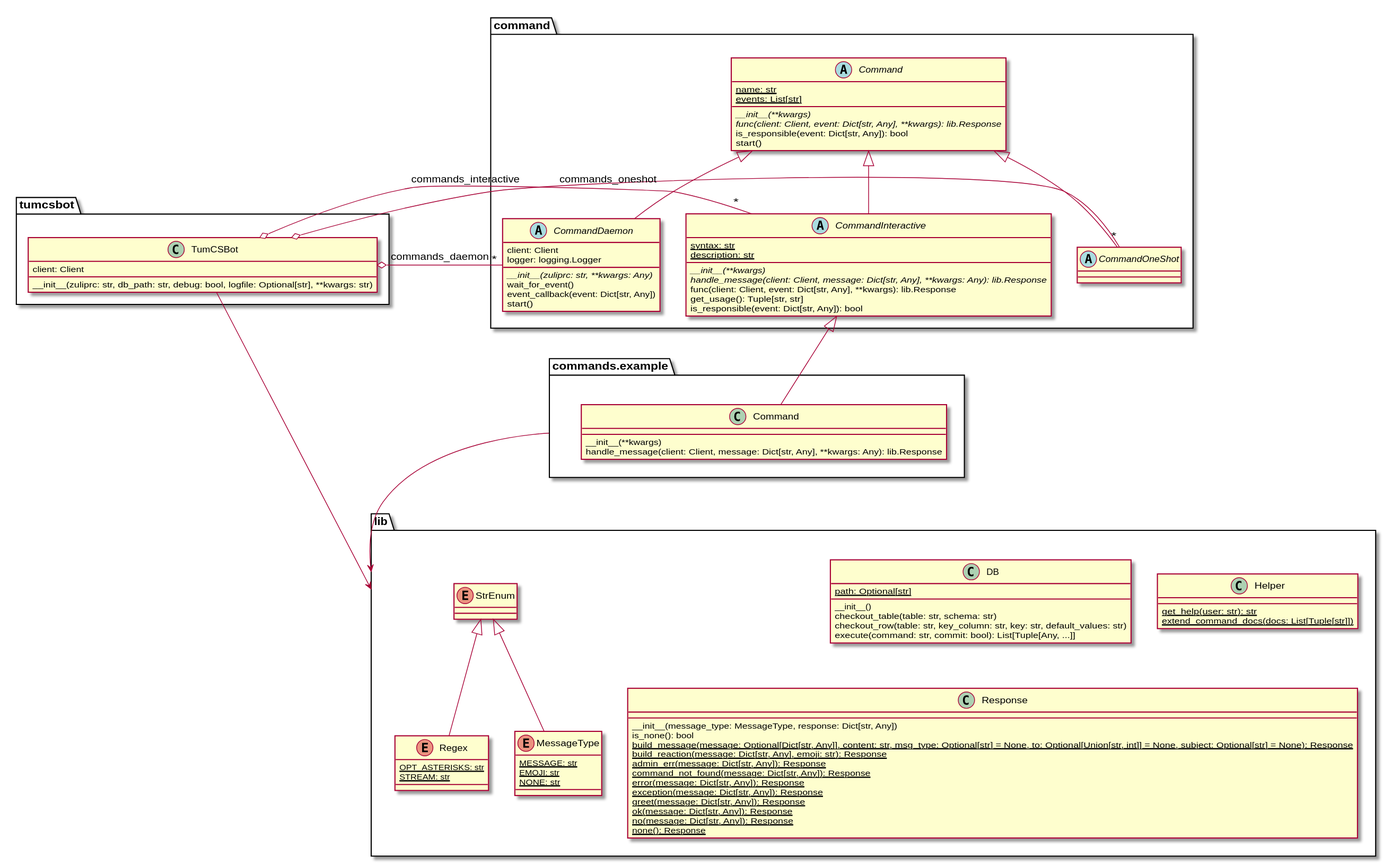
Earlier version of the PlantUML export class_diagram.svg (ro-i/tumcsbot).
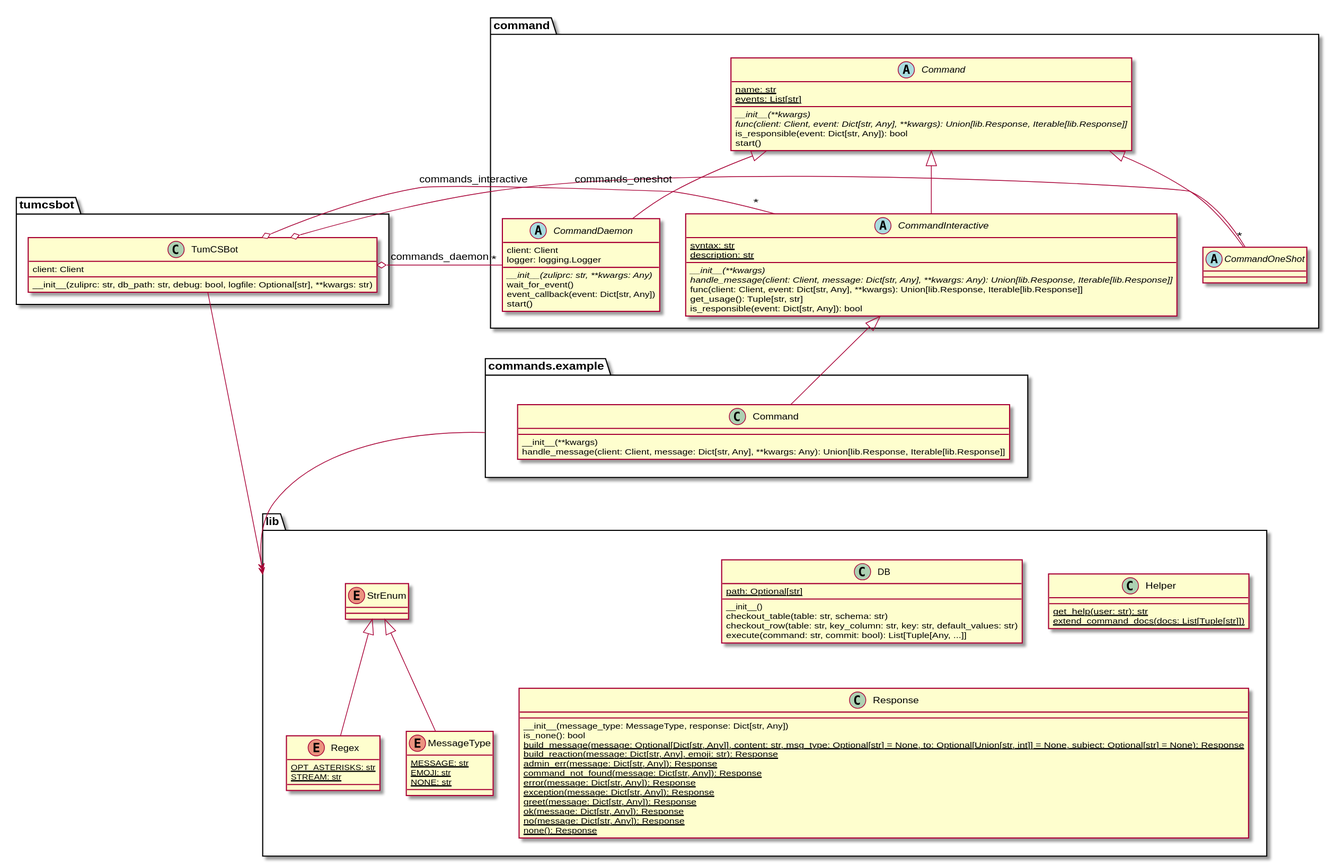
After the commit.

What changed in the source:
```diff
@@ -7,14 +7,14 @@
 
 class commands.example.Command extends command.CommandInteractive {
 __init__(**kwargs)
-handle_message(client: Client, message: Dict[str, Any], **kwargs: Any): lib.Response
+handle_message(client: Client, message: Dict[str, Any], **kwargs: Any): Union[lib.Response, Iterable[lib.Response]]
 }
 
 abstract class command.Command {
 {static} name: str
 {static} events: List[str]
 {abstract} __init__(**kwargs)
-{abstract} func(client: Client, event: Dict[str, Any], **kwargs): lib.Response
+{abstract} func(client: Client, event: Dict[str, Any], **kwargs): Union[lib.Response, Iterable[lib.Response]]
 is_responsible(event: Dict[str, Any]): bool
 start()
 }
@@ -35,8 +35,8 @@
 {static} syntax: str
 {static} description: str
 {abstract} __init__(**kwargs)
-{abstract} handle_message(client: Client,  message: Dict[str, Any], **kwargs: Any): lib.Response
-func(client: Client, event: Dict[str, Any], **kwargs): lib.Response
+{abstract} handle_message(client: Client,  message: Dict[str, Any], **kwargs: Any): Union[lib.Response, Iterable[lib.Response]]
+func(client: Client, event: Dict[str, Any], **kwargs): Union[lib.Response, Iterable[lib.Response]]
 get_usage(): Tuple[str, str]
 is_responsible(event: Dict[str, Any]): bool
 }
```
